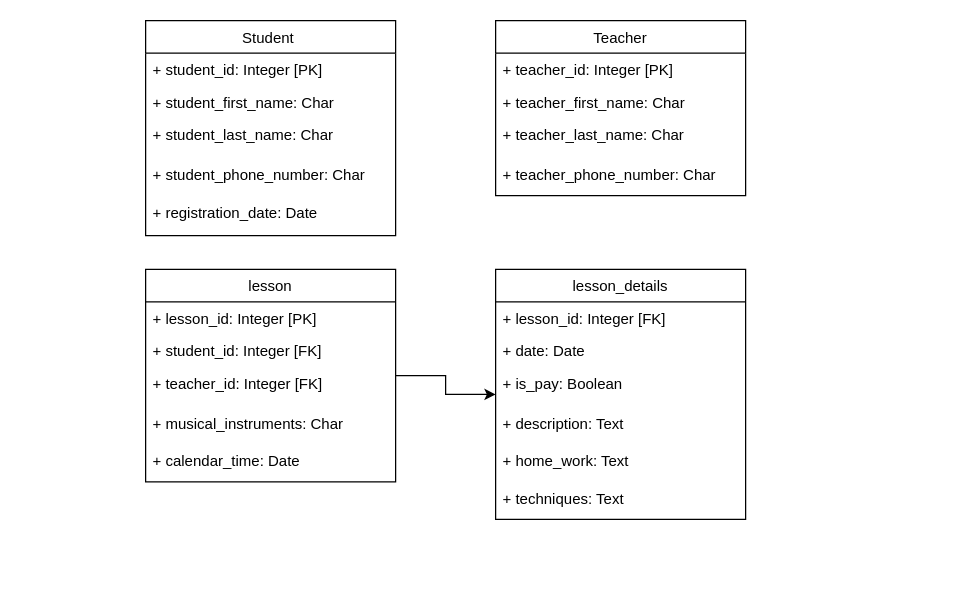
The draw.io diagram MyMusic Diagram.drawio in Maya-Nurani/Musicmaneger, before the edit. Source tidied: cells renumbered, new cells numbered last; positions are measured from the earlier drawing's top-left corner, leaving out a move shared by most shapes. Both pictures are drawn from the tidied source at 125%, with x=0, y=0 at pixel (145, 20).
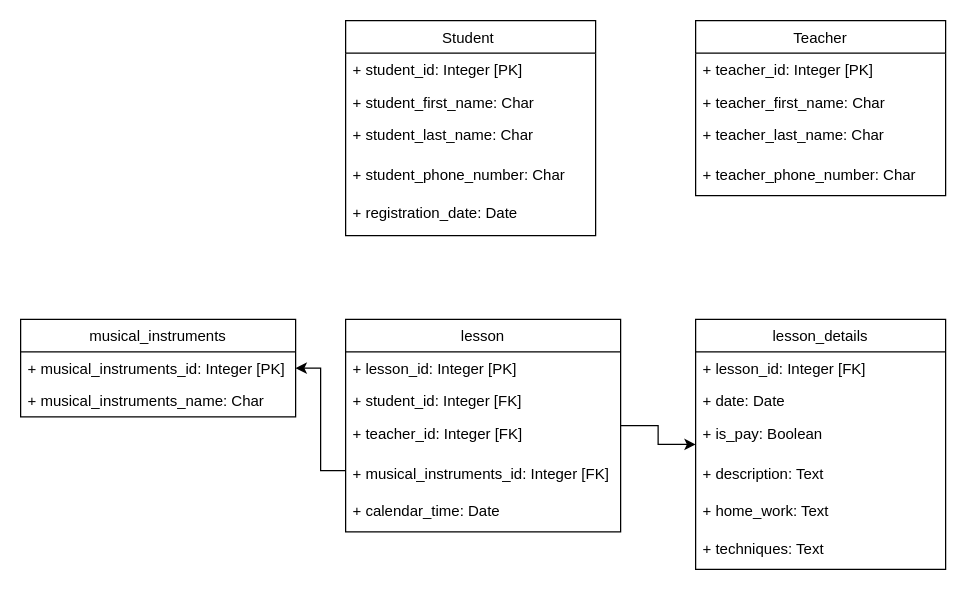
The same diagram, later.

What changed in the source:
```diff
@@
     <mxCell id="2" value="Student " style="swimlane;fontStyle=0;horizontal=1;startSize=26;fillColor=none;" parent="1" vertex="1">
-      <mxGeometry width="200" height="172" as="geometry" />
+      <mxGeometry x="160" width="200" height="172" as="geometry" />
     </mxCell>
@@
     <mxCell id="8" value="Teacher" style="swimlane;fontStyle=0;horizontal=1;startSize=26;fillColor=none;" parent="1" vertex="1">
-      <mxGeometry x="280" width="200" height="140" as="geometry" />
+      <mxGeometry x="440" width="200" height="140" as="geometry" />
     </mxCell>
@@
+    <mxCell id="27" style="edgeStyle=orthogonalEdgeStyle;rounded=0;jettySize=auto;html=1;" parent="1" edge="1" source="14" target="28">
+      <mxGeometry relative="1" as="geometry">
+        <Array as="points">
+          <mxPoint x="140" y="360" />
+          <mxPoint x="140" y="278" />
+        </Array>
+      </mxGeometry>
+    </mxCell>
     <mxCell id="14" value="lesson" style="swimlane;fontStyle=0;horizontal=1;startSize=26;fillColor=none;" parent="1" vertex="1">
-      <mxGeometry y="199" width="200" height="170" as="geometry" />
+      <mxGeometry x="160" y="239" width="220" height="170" as="geometry" />
     </mxCell>
     <mxCell id="15" value="+ lesson_id: Integer [PK]" style="text;strokeColor=none;fillColor=none;align=left;verticalAlign=top;spacingLeft=4;spacingRight=4;overflow=hidden;" parent="14" vertex="1">
-      <mxGeometry y="26" width="200" height="26" as="geometry" />
+      <mxGeometry y="26" width="220" height="26" as="geometry" />
     </mxCell>
     <mxCell id="16" value="+ student_id: Integer [FK]" style="text;strokeColor=none;fillColor=none;align=left;verticalAlign=top;spacingLeft=4;spacingRight=4;overflow=hidden;" parent="14" vertex="1">
-      <mxGeometry y="52" width="200" height="26" as="geometry" />
+      <mxGeometry y="52" width="220" height="26" as="geometry" />
     </mxCell>
     <mxCell id="17" value="+ teacher_id: Integer [FK]&#10;" style="text;strokeColor=none;fillColor=none;align=left;verticalAlign=top;spacingLeft=4;spacingRight=4;overflow=hidden;" parent="14" vertex="1">
-      <mxGeometry y="78" width="200" height="32" as="geometry" />
+      <mxGeometry y="78" width="220" height="32" as="geometry" />
     </mxCell>
-    <mxCell id="18" value="+ musical_instruments: Char&#10;" style="text;strokeColor=none;fillColor=none;align=left;verticalAlign=top;spacingLeft=4;spacingRight=4;overflow=hidden;" parent="14" vertex="1">
-      <mxGeometry y="110" width="200" height="30" as="geometry" />
+    <mxCell id="18" value="+ musical_instruments_id: Integer [FK]&#10;" style="text;strokeColor=none;fillColor=none;align=left;verticalAlign=top;spacingLeft=4;spacingRight=4;overflow=hidden;" parent="14" vertex="1">
+      <mxGeometry y="110" width="220" height="30" as="geometry" />
     </mxCell>
     <mxCell id="19" value="+ calendar_time: Date&#10;" style="text;strokeColor=none;fillColor=none;align=left;verticalAlign=top;spacingLeft=4;spacingRight=4;overflow=hidden;" parent="14" vertex="1">
-      <mxGeometry y="140" width="200" height="30" as="geometry" />
+      <mxGeometry y="140" width="220" height="30" as="geometry" />
     </mxCell>
+    <mxCell id="28" value="musical_instruments" style="swimlane;fontStyle=0;horizontal=1;startSize=26;fillColor=none;" parent="1" vertex="1">
+      <mxGeometry x="-100" y="239" width="220" height="78" as="geometry" />
+    </mxCell>
+    <mxCell id="29" value="+ musical_instruments_id: Integer [PK]" style="text;strokeColor=none;fillColor=none;align=left;verticalAlign=top;spacingLeft=4;spacingRight=4;overflow=hidden;" parent="28" vertex="1">
+      <mxGeometry y="26" width="220" height="26" as="geometry" />
+    </mxCell>
+    <mxCell id="30" value="+ musical_instruments_name: Char" style="text;strokeColor=none;fillColor=none;align=left;verticalAlign=top;spacingLeft=4;spacingRight=4;overflow=hidden;" parent="28" vertex="1">
+      <mxGeometry y="52" width="220" height="26" as="geometry" />
+    </mxCell>
     <mxCell id="20" value="lesson_details" style="swimlane;fontStyle=0;horizontal=1;startSize=26;fillColor=none;" parent="1" vertex="1">
-      <mxGeometry x="280" y="199" width="200" height="200" as="geometry" />
+      <mxGeometry x="440" y="239" width="200" height="200" as="geometry" />
     </mxCell>
```
